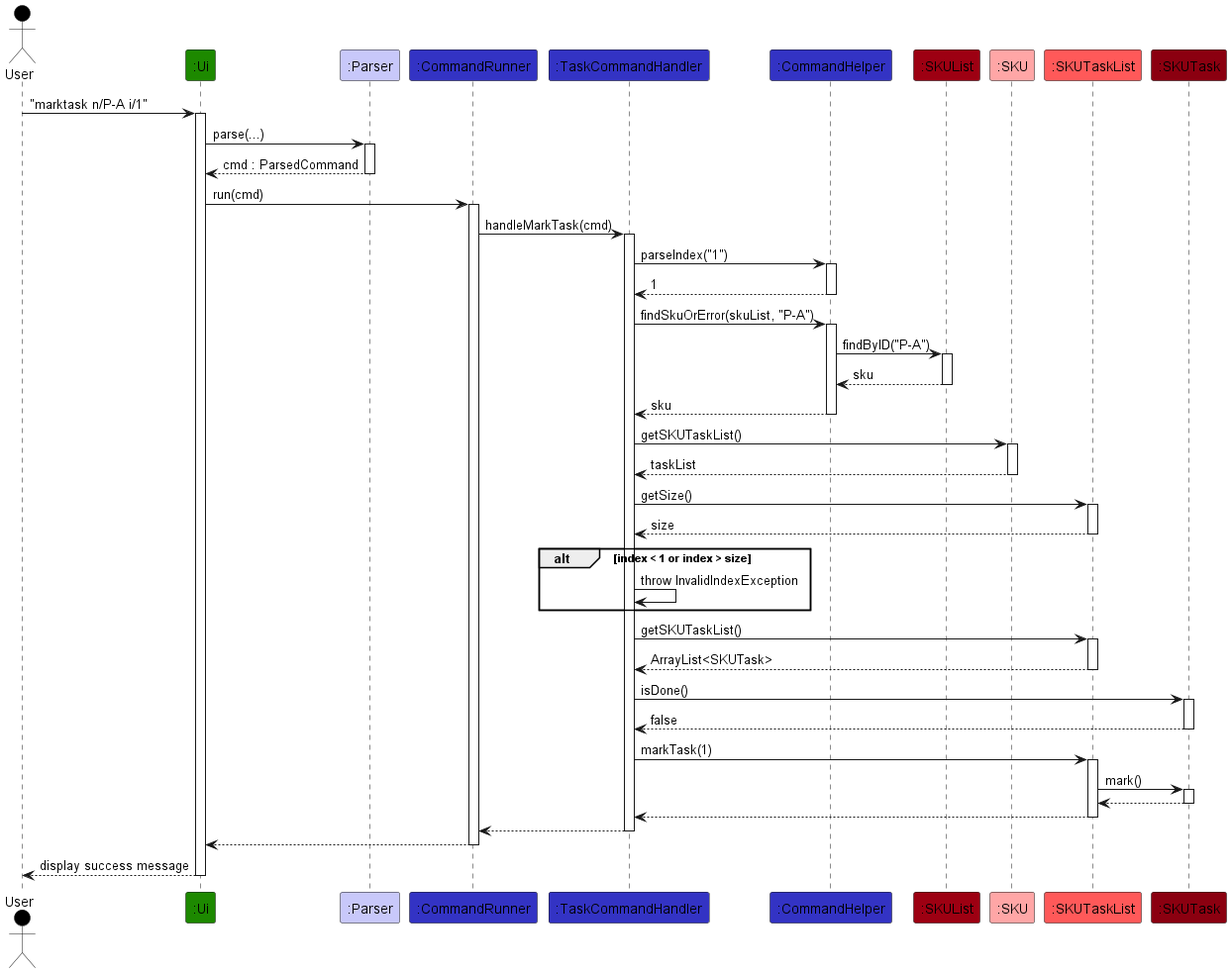
The PlantUML diagram docs/plantUML/mark-unmark-task/markTaskSequence.png in omcodedthis/tp, before a commit.
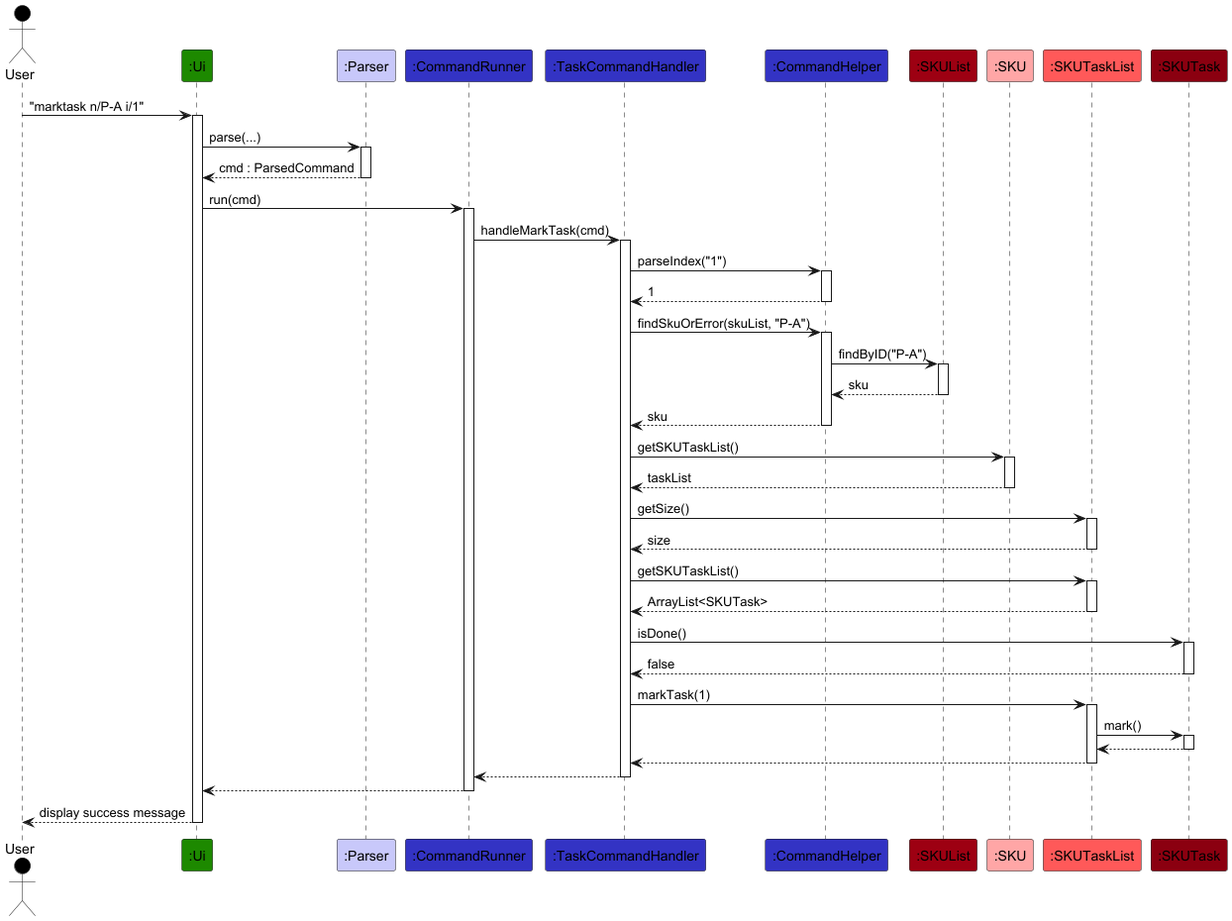
Later version of the same file.

Change to the diagram source:
```diff
@@ -33,10 +33,6 @@
 handler -> taskList ++ : getSize()
 return size
 
-alt index < 1 or index > size
-    handler -> handler : throw InvalidIndexException
-end
-
 handler -> taskList ++ : getSKUTaskList()
 return ArrayList<SKUTask>
 
```
